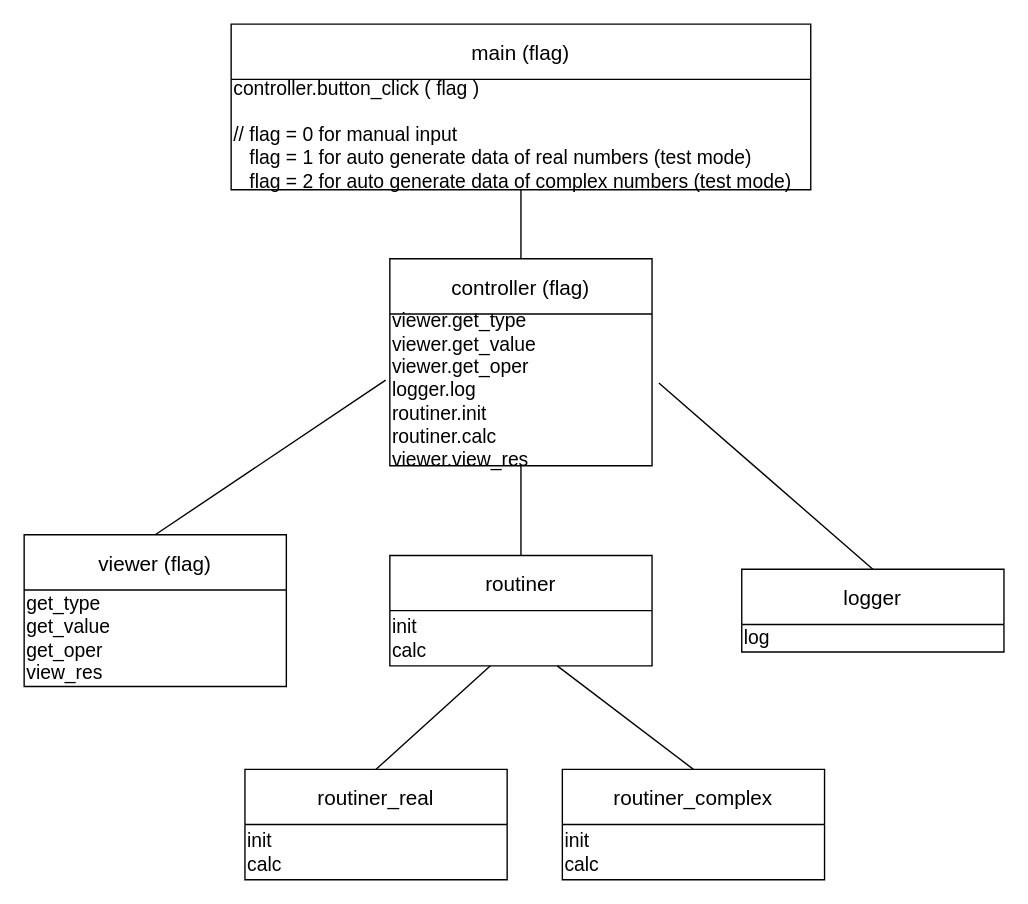
Before: modules.drawio in ekv23/Calculator_Py, a draw.io diagram. Source tidied: cells renumbered, new cells numbered last; positions are measured from the earlier drawing's top-left corner, leaving out a move shared by most shapes. Both pictures are drawn from the tidied source at 138%, with x=0, y=0 at pixel (23, 23).
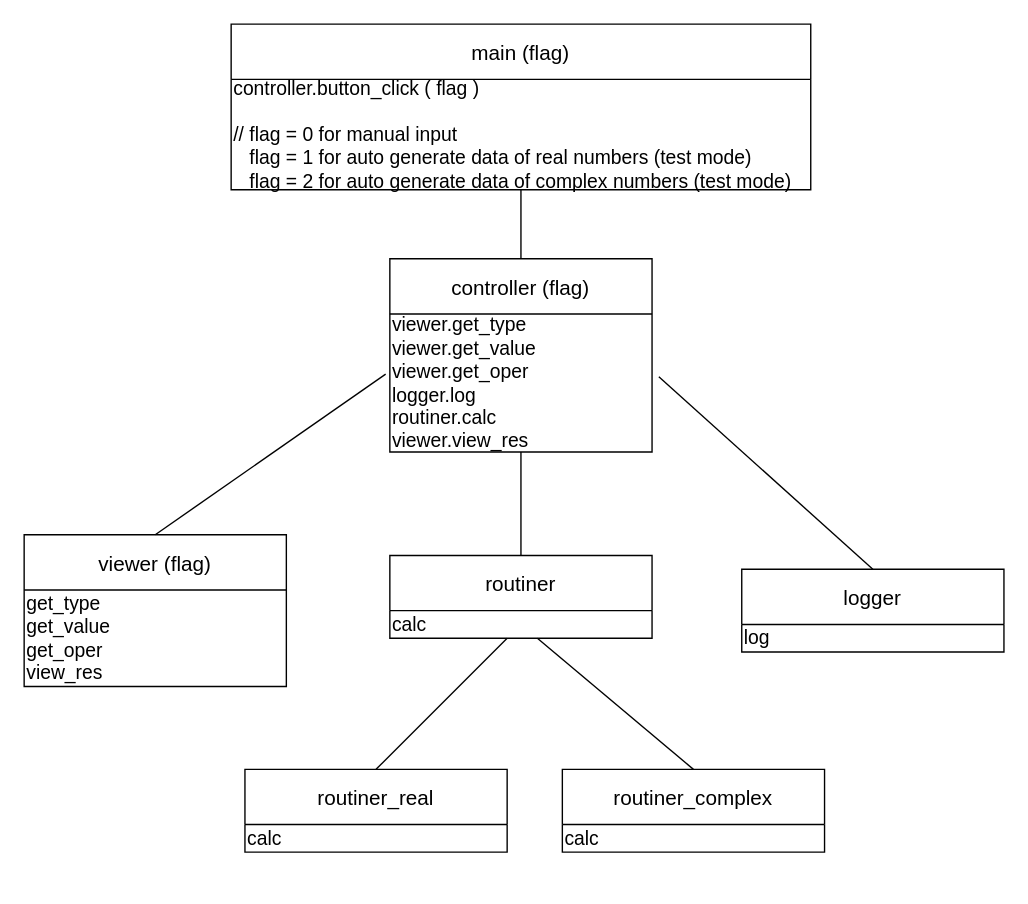
Above is the later version.

The edit, as a diff of the source:
```diff
@@
     <mxCell id="5" value="controller (flag)" style="swimlane;fontStyle=0;horizontal=1;startSize=40;fillColor=none;fontSize=15;" parent="1" vertex="1">
-      <mxGeometry x="265" y="170" width="190" height="150" as="geometry" />
+      <mxGeometry x="265" y="170" width="190" height="140" as="geometry" />
     </mxCell>
-    <mxCell id="6" value="&lt;font style=&quot;font-size: 14px&quot;&gt;viewer.get_type&lt;br&gt;viewer.get_value&lt;br&gt;viewer.get_oper&lt;br&gt;logger.log&lt;br&gt;routiner.init&lt;br&gt;routiner.calc&lt;br&gt;viewer.view_res&lt;br&gt;&lt;/font&gt;" style="text;html=1;align=left;verticalAlign=middle;points=[];strokeColor=none;fillColor=none;" parent="5" vertex="1">
-      <mxGeometry y="40" width="190" height="110" as="geometry" />
+    <mxCell id="6" value="&lt;font style=&quot;font-size: 14px&quot;&gt;viewer.get_type&lt;br&gt;viewer.get_value&lt;br&gt;viewer.get_oper&lt;br&gt;logger.log&lt;br&gt;routiner.calc&lt;br&gt;viewer.view_res&lt;br&gt;&lt;/font&gt;" style="text;html=1;align=left;verticalAlign=middle;points=[];strokeColor=none;fillColor=none;" parent="5" vertex="1">
+      <mxGeometry y="40" width="190" height="100" as="geometry" />
     </mxCell>
@@
     <mxCell id="11" value="routiner" style="swimlane;fontStyle=0;horizontal=1;startSize=40;fillColor=none;fontSize=15;" parent="1" vertex="1">
-      <mxGeometry x="265" y="385" width="190" height="80" as="geometry" />
+      <mxGeometry x="265" y="385" width="190" height="60" as="geometry" />
     </mxCell>
-    <mxCell id="12" value="&lt;font style=&quot;font-size: 14px&quot;&gt;init&lt;br&gt;calc&lt;br&gt;&lt;/font&gt;" style="text;html=1;align=left;verticalAlign=middle;points=[];strokeColor=none;fillColor=none;" parent="11" vertex="1">
-      <mxGeometry y="40" width="190" height="40" as="geometry" />
+    <mxCell id="12" value="&lt;font style=&quot;font-size: 14px&quot;&gt;calc&lt;br&gt;&lt;/font&gt;" style="text;html=1;align=left;verticalAlign=middle;points=[];strokeColor=none;fillColor=none;" parent="11" vertex="1">
+      <mxGeometry y="40" width="190" height="20" as="geometry" />
     </mxCell>
@@
     <mxCell id="17" value="routiner_real" style="swimlane;fontStyle=0;horizontal=1;startSize=40;fillColor=none;fontSize=15;" parent="1" vertex="1">
-      <mxGeometry x="160" y="540" width="190" height="80" as="geometry" />
+      <mxGeometry x="160" y="540" width="190" height="60" as="geometry" />
     </mxCell>
-    <mxCell id="18" value="&lt;font style=&quot;font-size: 14px&quot;&gt;init&lt;br&gt;calc&lt;br&gt;&lt;/font&gt;" style="text;html=1;align=left;verticalAlign=middle;strokeColor=none;fillColor=none;" parent="17" vertex="1">
-      <mxGeometry y="40" width="190" height="40" as="geometry" />
+    <mxCell id="18" value="&lt;font style=&quot;font-size: 14px&quot;&gt;calc&lt;br&gt;&lt;/font&gt;" style="text;html=1;align=left;verticalAlign=middle;strokeColor=none;fillColor=none;" parent="17" vertex="1">
+      <mxGeometry y="40" width="190" height="20" as="geometry" />
     </mxCell>
@@
     <mxCell id="20" value="routiner_complex" style="swimlane;fontStyle=0;horizontal=1;startSize=40;fillColor=none;fontSize=15;" parent="1" vertex="1">
-      <mxGeometry x="390" y="540" width="190" height="80" as="geometry" />
+      <mxGeometry x="390" y="540" width="190" height="60" as="geometry" />
     </mxCell>
-    <mxCell id="21" value="&lt;font style=&quot;font-size: 14px&quot;&gt;init&lt;br&gt;calc&lt;br&gt;&lt;/font&gt;" style="text;html=1;align=left;verticalAlign=middle;strokeColor=none;fillColor=none;" parent="20" vertex="1">
-      <mxGeometry y="40" width="190" height="40" as="geometry" />
+    <mxCell id="21" value="&lt;font style=&quot;font-size: 14px&quot;&gt;calc&lt;br&gt;&lt;/font&gt;" style="text;html=1;align=left;verticalAlign=middle;strokeColor=none;fillColor=none;" parent="20" vertex="1">
+      <mxGeometry y="40" width="190" height="20" as="geometry" />
     </mxCell>
```
